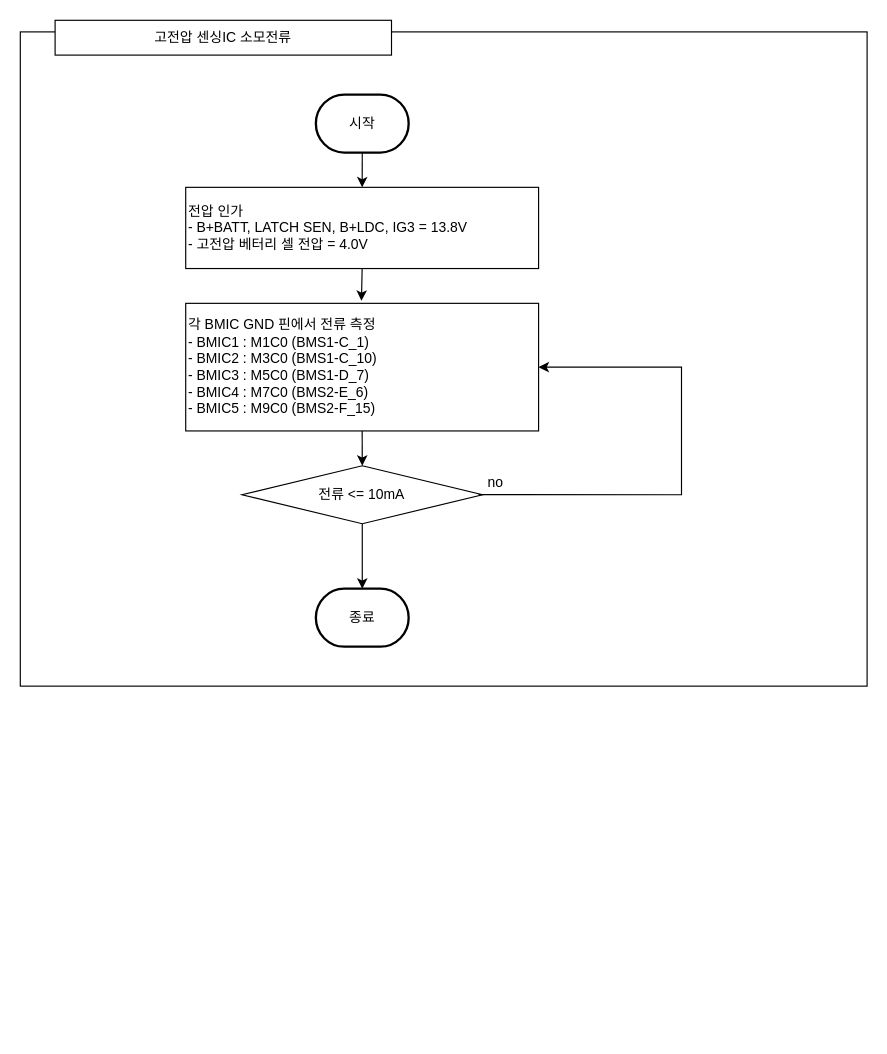
chaeyoonl/state-transition-diagram-test keeps this draw.io diagram as 고전압 센싱IC 소모전류.drawio. Above is the earlier version. Source tidied: cells renumbered, new cells numbered last; positions are measured from the earlier drawing's top-left corner, leaving out a move shared by most shapes. Both pictures are drawn from the tidied source at 116%, with x=0, y=0 at pixel (20, 20).
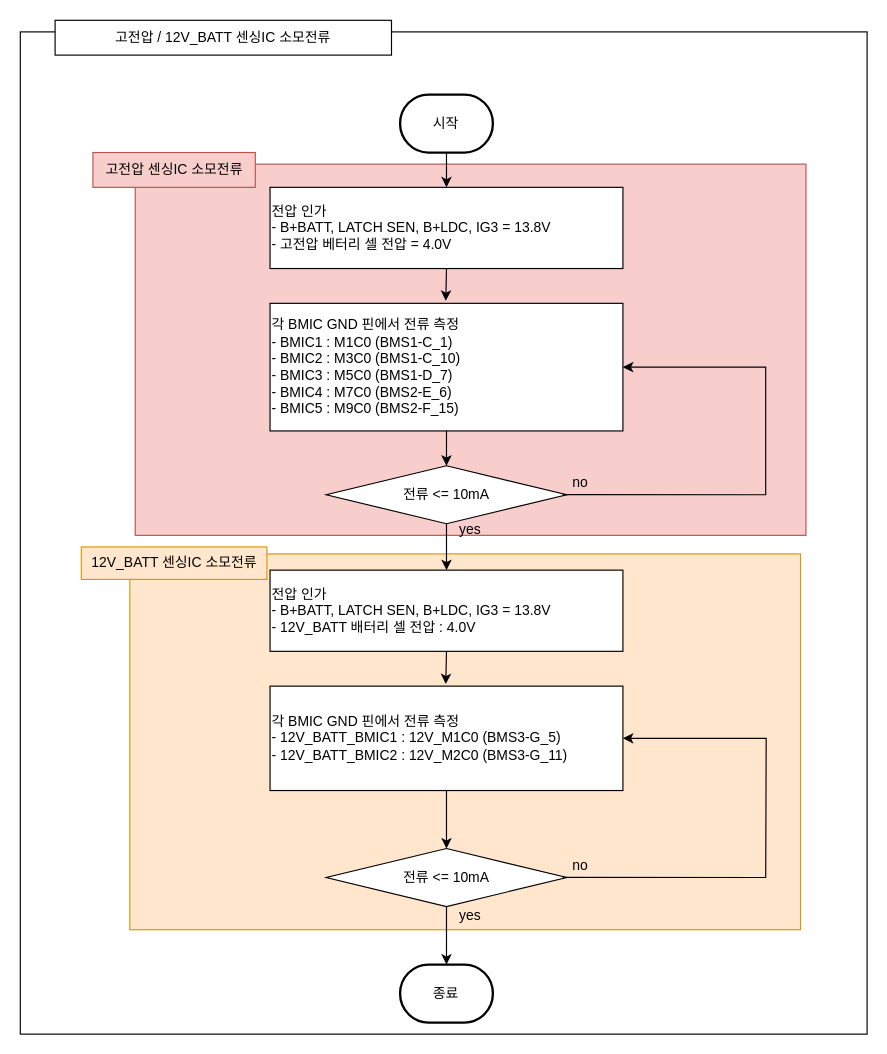
The same page after the edit.

Commit message (it also covers changes not shown here):
고전압 센싱IC 소모전류.drawio 업데이트

Change to the diagram source:
```diff
@@
     <mxCell id="2" style="rounded=0;whiteSpace=wrap;html=1;" parent="1" vertex="1">
-      <mxGeometry y="10" width="730" height="564" as="geometry" />
+      <mxGeometry y="10" width="730" height="864" as="geometry" />
     </mxCell>
-    <mxCell id="3" value="&lt;div&gt;고전압 센싱IC&amp;nbsp;&lt;span style=&quot;background-color: initial;&quot;&gt;소모전류&lt;/span&gt;&lt;/div&gt;" style="rounded=0;whiteSpace=wrap;html=1;" parent="1" vertex="1">
+    <mxCell id="3" value="&lt;div&gt;고전압 /&amp;nbsp;12V_BATT 센싱IC&amp;nbsp;&lt;span style=&quot;background-color: initial;&quot;&gt;소모전류&lt;/span&gt;&lt;/div&gt;" style="rounded=0;whiteSpace=wrap;html=1;" parent="1" vertex="1">
       <mxGeometry x="30" width="290" height="30" as="geometry" />
     </mxCell>
+    <mxCell id="15" style="rounded=0;whiteSpace=wrap;html=1;fillColor=#f8cecc;strokeColor=#b85450;" parent="1" vertex="1">
+      <mxGeometry x="99.1" y="124" width="578.2" height="320" as="geometry" />
+    </mxCell>
+    <mxCell id="16" value="&lt;span style=&quot;color: rgb(0, 0, 0); font-family: Helvetica; font-size: 12px; font-style: normal; font-variant-ligatures: normal; font-variant-caps: normal; font-weight: 400; letter-spacing: normal; orphans: 2; text-align: center; text-indent: 0px; text-transform: none; widows: 2; word-spacing: 0px; -webkit-text-stroke-width: 0px; text-decoration-thickness: initial; text-decoration-style: initial; text-decoration-color: initial; float: none; display: inline !important;&quot;&gt;고전압 센싱IC&amp;nbsp;소모전류&lt;br&gt;&lt;/span&gt;" style="rounded=0;whiteSpace=wrap;html=1;fillColor=#f8cecc;strokeColor=#b85450;fillStyle=solid;labelBackgroundColor=none;" parent="1" vertex="1">
+      <mxGeometry x="62.6" y="114" width="140" height="30" as="geometry" />
+    </mxCell>
+    <mxCell id="17" style="rounded=0;whiteSpace=wrap;html=1;fillColor=#ffe6cc;strokeColor=#d79b00;" parent="1" vertex="1">
+      <mxGeometry x="94.4" y="460" width="578.2" height="324" as="geometry" />
+    </mxCell>
+    <mxCell id="18" value="&lt;span style=&quot;orphans: 2; text-align: center; text-indent: 0px; widows: 2; text-decoration-thickness: initial; text-decoration-style: initial; text-decoration-color: initial; float: none; display: inline !important;&quot;&gt;&lt;div style=&quot;&quot;&gt;12V_BATT 센싱IC&amp;nbsp;&lt;span style=&quot;background-color: initial;&quot;&gt;소모전류&lt;/span&gt;&lt;/div&gt;&lt;/span&gt;" style="rounded=0;whiteSpace=wrap;html=1;fillColor=#ffe6cc;strokeColor=#d79b00;labelBackgroundColor=none;" parent="1" vertex="1">
+      <mxGeometry x="52.6" y="454" width="160" height="28" as="geometry" />
+    </mxCell>
     <mxCell id="4" value="시작" style="strokeWidth=2;html=1;shape=mxgraph.flowchart.terminator;whiteSpace=wrap;" parent="1" vertex="1">
-      <mxGeometry x="254.8" y="64" width="80" height="50" as="geometry" />
+      <mxGeometry x="327.4" y="64" width="80" height="50" as="geometry" />
     </mxCell>
     <mxCell id="5" value="전압 인가&lt;br&gt;- B+BATT, LATCH SEN, B+LDC, IG3 = 13.8V&lt;br&gt;- 고전압 베터리 셀 전압 = 4.0V" style="rounded=0;whiteSpace=wrap;html=1;align=left;" parent="1" vertex="1">
-      <mxGeometry x="142.6" y="144" width="304.2" height="70" as="geometry" />
+      <mxGeometry x="215.3" y="144" width="304.2" height="70" as="geometry" />
     </mxCell>
@@
     <mxCell id="8" value="각&amp;nbsp;BMIC GND 핀에서 전류 측정&lt;br&gt;-&amp;nbsp;BMIC1 : M1C0 (BMS1-C_1)&lt;br&gt;&lt;div&gt;- BMIC2 : M3C0 (BMS1-C_10)&lt;/div&gt;&lt;div&gt;- BMIC3 : M5C0 (BMS1-D_7)&lt;/div&gt;&lt;div&gt;- BMIC4 : M7C0 (BMS2-E_6)&lt;/div&gt;&lt;div&gt;- BMIC5 : M9C0 (BMS2-F_15)&amp;nbsp;&lt;/div&gt;" style="rounded=0;whiteSpace=wrap;html=1;align=left;" parent="1" vertex="1">
-      <mxGeometry x="142.6" y="244" width="304.2" height="110" as="geometry" />
+      <mxGeometry x="215.3" y="244" width="304.2" height="110" as="geometry" />
     </mxCell>
     <mxCell id="9" value="전류 &amp;lt;= 10mA" style="rhombus;whiteSpace=wrap;html=1;" parent="1" vertex="1">
-      <mxGeometry x="191.1" y="384" width="207.4" height="50" as="geometry" />
+      <mxGeometry x="263.7" y="384" width="207.4" height="50" as="geometry" />
     </mxCell>
@@
     <mxCell id="11" style="endArrow=classic;html=1;rounded=0;exitX=0.983;exitY=0.498;exitDx=0;exitDy=0;exitPerimeter=0;entryX=1;entryY=0.5;entryDx=0;entryDy=0;" parent="1" edge="1" source="9" target="8">
       <mxGeometry relative="1" as="geometry">
         <Array as="points">
-          <mxPoint x="570" y="409" />
-          <mxPoint x="570" y="299" />
+          <mxPoint x="642.6" y="409" />
+          <mxPoint x="642.6" y="299" />
         </Array>
       </mxGeometry>
     </mxCell>
     <mxCell id="12" value="no" style="text;html=1;strokeColor=none;fillColor=none;align=center;verticalAlign=middle;whiteSpace=wrap;rounded=0;" parent="1" vertex="1">
-      <mxGeometry x="380" y="384" width="60" height="30" as="geometry" />
+      <mxGeometry x="452.6" y="384" width="60" height="30" as="geometry" />
     </mxCell>
     <mxCell id="13" value="종료" style="strokeWidth=2;html=1;shape=mxgraph.flowchart.terminator;whiteSpace=wrap;" parent="1" vertex="1">
-      <mxGeometry x="254.8" y="490" width="80" height="50" as="geometry" />
+      <mxGeometry x="327.4" y="814" width="80" height="50" as="geometry" />
     </mxCell>
-    <mxCell id="14" style="endArrow=classic;html=1;rounded=0;exitX=0.5;exitY=1;exitDx=0;exitDy=0;entryX=0.5;entryY=0;entryDx=0;entryDy=0;entryPerimeter=0;" parent="1" edge="1" source="9" target="13">
+    <mxCell id="14" style="endArrow=classic;html=1;rounded=0;exitX=0.5;exitY=1;exitDx=0;exitDy=0;entryX=0.5;entryY=0;entryDx=0;entryDy=0;entryPerimeter=0;" parent="1" edge="1" source="22" target="13">
       <mxGeometry relative="1" as="geometry" />
     </mxCell>
+    <mxCell id="19" value="전압 인가&lt;br&gt;- B+BATT, LATCH SEN, B+LDC, IG3 = 13.8V&lt;br&gt;- 12V_BATT 배터리 셀 전압 : 4.0V" style="rounded=0;whiteSpace=wrap;html=1;align=left;" parent="1" vertex="1">
+      <mxGeometry x="215.3" y="474" width="304.2" height="70" as="geometry" />
+    </mxCell>
+    <mxCell id="20" style="endArrow=classic;html=1;rounded=0;exitX=0.5;exitY=1;exitDx=0;exitDy=0;entryX=0.498;entryY=-0.02;entryDx=0;entryDy=0;entryPerimeter=0;" parent="1" edge="1" source="19" target="21">
+      <mxGeometry relative="1" as="geometry" />
+    </mxCell>
+    <mxCell id="21" value="각&amp;nbsp;BMIC GND 핀에서 전류 측정&lt;br&gt;&lt;div&gt;- 12V_BATT_BMIC1 : 12V_M1C0 (BMS3-G_5)&lt;/div&gt;&lt;div&gt;- 12V_BATT_BMIC2 : 12V_M2C0 (BMS3-G_11)&lt;/div&gt;" style="rounded=0;whiteSpace=wrap;html=1;align=left;" parent="1" vertex="1">
+      <mxGeometry x="215.3" y="574" width="304.2" height="90" as="geometry" />
+    </mxCell>
+    <mxCell id="22" value="전류 &amp;lt;= 10mA" style="rhombus;whiteSpace=wrap;html=1;" parent="1" vertex="1">
+      <mxGeometry x="263.7" y="714" width="207.4" height="50" as="geometry" />
+    </mxCell>
+    <mxCell id="23" style="endArrow=classic;html=1;rounded=0;exitX=0.5;exitY=1;exitDx=0;exitDy=0;entryX=0.5;entryY=0;entryDx=0;entryDy=0;" parent="1" edge="1" source="21" target="22">
+      <mxGeometry relative="1" as="geometry" />
+    </mxCell>
+    <mxCell id="24" style="endArrow=classic;html=1;rounded=0;exitX=0.983;exitY=0.498;exitDx=0;exitDy=0;exitPerimeter=0;entryX=1;entryY=0.5;entryDx=0;entryDy=0;" parent="1" edge="1" source="22" target="21">
+      <mxGeometry relative="1" as="geometry">
+        <Array as="points">
+          <mxPoint x="642.6" y="739" />
+          <mxPoint x="643" y="619" />
+        </Array>
+      </mxGeometry>
+    </mxCell>
+    <mxCell id="25" value="no" style="text;html=1;strokeColor=none;fillColor=none;align=center;verticalAlign=middle;whiteSpace=wrap;rounded=0;" parent="1" vertex="1">
+      <mxGeometry x="452.6" y="714" width="60" height="30" as="geometry" />
+    </mxCell>
+    <mxCell id="26" style="endArrow=classic;html=1;rounded=0;exitX=0.5;exitY=1;exitDx=0;exitDy=0;entryX=0.5;entryY=0;entryDx=0;entryDy=0;" parent="1" edge="1" source="9" target="19">
+      <mxGeometry relative="1" as="geometry" />
+    </mxCell>
+    <mxCell id="27" value="yes" style="text;html=1;strokeColor=none;fillColor=none;align=center;verticalAlign=middle;whiteSpace=wrap;rounded=0;" parent="1" vertex="1">
+      <mxGeometry x="358.2" y="424" width="60" height="30" as="geometry" />
+    </mxCell>
+    <mxCell id="28" value="yes" style="text;html=1;strokeColor=none;fillColor=none;align=center;verticalAlign=middle;whiteSpace=wrap;rounded=0;" parent="1" vertex="1">
+      <mxGeometry x="358.2" y="757" width="60" height="30" as="geometry" />
+    </mxCell>
```
